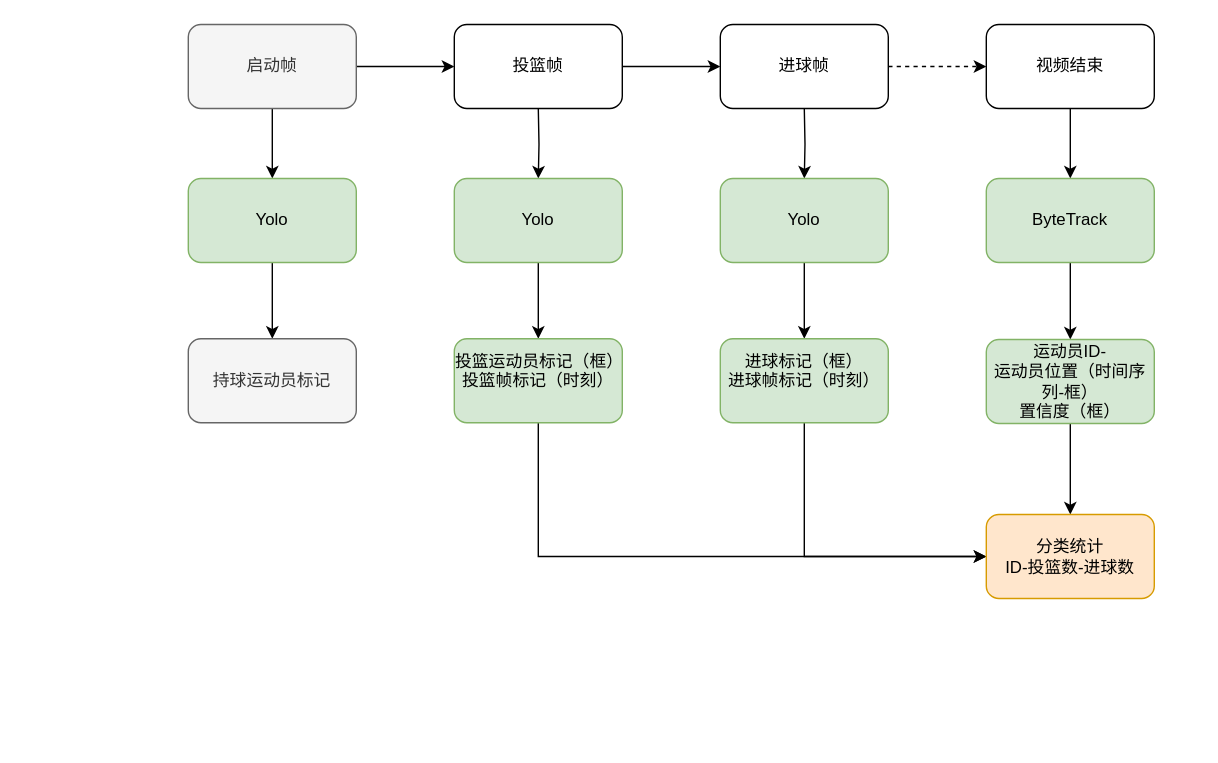
This is framework.drawio from buptss/-, a draw.io file, before an edit. Source tidied: cells renumbered, new cells numbered last; positions are measured from the earlier drawing's top-left corner, leaving out a move shared by most shapes. Both pictures are drawn from the tidied source at 140%, with x=0, y=0 at pixel (188, 24).
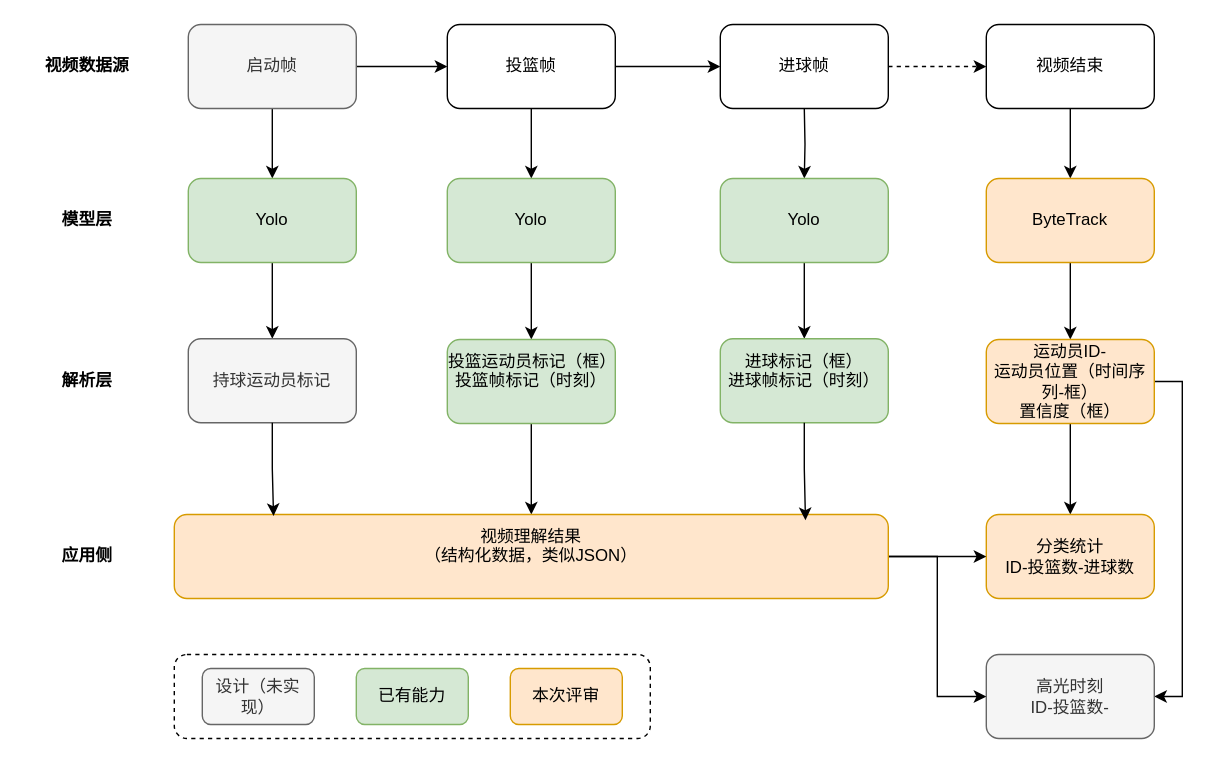
The same diagram, later.

The change refers to these unchanged cells:
```xml
<mxCell id="13" value="持球运动员标记" style="rounded=1;whiteSpace=wrap;html=1;fillColor=#f5f5f5;fontColor=#333333;strokeColor=#666666;" parent="1" vertex="1">
  <mxGeometry y="224.5" width="120" height="60" as="geometry" />
</mxCell>
<mxCell id="23" value="进球标记（框）&lt;div&gt;进球帧标记（&lt;span style=&quot;background-color: initial;&quot;&gt;时刻）&lt;/span&gt;&lt;/div&gt;&lt;div&gt;&lt;br&gt;&lt;/div&gt;" style="rounded=1;whiteSpace=wrap;html=1;fillColor=#d5e8d4;strokeColor=#82b366;" parent="1" vertex="1">
  <mxGeometry x="380" y="224.5" width="120" height="60" as="geometry" />
</mxCell>
<mxCell id="28" value="分类统计&lt;div&gt;ID-投篮数-进球数&lt;/div&gt;" style="rounded=1;whiteSpace=wrap;html=1;fillColor=#ffe6cc;strokeColor=#d79b00;" parent="1" vertex="1">
  <mxGeometry x="570" y="350" width="120" height="60" as="geometry" />
</mxCell>
```

What changed in the source:
```diff
@@
+    <mxCell id="29" style="rounded=1;whiteSpace=wrap;html=1;dashed=1;" parent="1" vertex="1">
+      <mxGeometry x="-10" y="450" width="340" height="60" as="geometry" />
+    </mxCell>
@@
     <mxCell id="6" value="投篮帧" style="rounded=1;whiteSpace=wrap;html=1;" parent="1" vertex="1">
-      <mxGeometry x="190" width="120" height="60" as="geometry" />
+      <mxGeometry x="185" width="120" height="60" as="geometry" />
     </mxCell>
@@
-    <mxCell id="14" style="edgeStyle=orthogonalEdgeStyle;rounded=0;jettySize=auto;html=1;exitX=0.5;exitY=1;exitDx=0;exitDy=0;entryX=0.5;entryY=0;entryDx=0;entryDy=0;" parent="1" edge="1" target="16">
-      <mxGeometry relative="1" as="geometry">
-        <mxPoint x="250" y="60" as="sourcePoint" />
-      </mxGeometry>
+    <mxCell id="14" style="edgeStyle=orthogonalEdgeStyle;rounded=0;jettySize=auto;html=1;exitX=0.5;exitY=1;exitDx=0;exitDy=0;entryX=0.5;entryY=0;entryDx=0;entryDy=0;" parent="1" edge="1" source="6" target="16">
+      <mxGeometry relative="1" as="geometry" />
     </mxCell>
@@
     <mxCell id="16" value="Yolo" style="rounded=1;whiteSpace=wrap;html=1;fillColor=#d5e8d4;strokeColor=#82b366;" parent="1" vertex="1">
-      <mxGeometry x="190" y="110" width="120" height="60" as="geometry" />
+      <mxGeometry x="185" y="110" width="120" height="60" as="geometry" />
     </mxCell>
-    <mxCell id="17" style="edgeStyle=orthogonalEdgeStyle;rounded=0;jettySize=auto;html=1;exitX=0.5;exitY=1;exitDx=0;exitDy=0;" parent="1" edge="1" source="18">
-      <mxGeometry relative="1" as="geometry">
-        <mxPoint x="570" y="380" as="targetPoint" />
-        <Array as="points">
-          <mxPoint x="250" y="380" />
-        </Array>
-      </mxGeometry>
-    </mxCell>
+    <mxCell id="30" style="edgeStyle=orthogonalEdgeStyle;rounded=0;jettySize=auto;html=1;exitX=0.5;exitY=1;exitDx=0;exitDy=0;entryX=0.5;entryY=0;entryDx=0;entryDy=0;" parent="1" edge="1" source="18" target="35">
+      <mxGeometry relative="1" as="geometry" />
+    </mxCell>
     <mxCell id="18" value="投篮运动员标记（框）&lt;div&gt;投篮帧标记（&lt;span style=&quot;background-color: initial;&quot;&gt;时刻）&lt;/span&gt;&lt;/div&gt;&lt;div&gt;&lt;br&gt;&lt;/div&gt;" style="rounded=1;whiteSpace=wrap;html=1;fillColor=#d5e8d4;strokeColor=#82b366;" parent="1" vertex="1">
-      <mxGeometry x="190" y="224.5" width="120" height="60" as="geometry" />
+      <mxGeometry x="185" y="225" width="120" height="60" as="geometry" />
     </mxCell>
@@
-    <mxCell id="22" style="edgeStyle=orthogonalEdgeStyle;rounded=0;jettySize=auto;html=1;exitX=0.5;exitY=1;exitDx=0;exitDy=0;entryX=0;entryY=0.5;entryDx=0;entryDy=0;" parent="1" edge="1" source="23" target="28">
-      <mxGeometry relative="1" as="geometry" />
-    </mxCell>
@@
-    <mxCell id="25" value="ByteTrack" style="rounded=1;whiteSpace=wrap;html=1;fillColor=#d5e8d4;strokeColor=#82b366;" parent="1" vertex="1">
+    <mxCell id="25" value="ByteTrack" style="rounded=1;whiteSpace=wrap;html=1;fillColor=#ffe6cc;strokeColor=#d79b00;" parent="1" vertex="1">
       <mxGeometry x="570" y="110" width="120" height="60" as="geometry" />
     </mxCell>
@@
+    <mxCell id="31" style="edgeStyle=orthogonalEdgeStyle;rounded=0;jettySize=auto;html=1;exitX=1;exitY=0.5;exitDx=0;exitDy=0;entryX=1;entryY=0.5;entryDx=0;entryDy=0;" parent="1" edge="1" source="27" target="32">
+      <mxGeometry relative="1" as="geometry" />
+    </mxCell>
-    <mxCell id="27" value="运动员ID-&lt;div&gt;运动员位置（时间序列-框）&lt;/div&gt;&lt;div&gt;置信度（框）&lt;/div&gt;" style="rounded=1;whiteSpace=wrap;html=1;fillColor=#d5e8d4;strokeColor=#82b366;" parent="1" vertex="1">
+    <mxCell id="27" value="运动员ID-&lt;div&gt;运动员位置（时间序列-框）&lt;/div&gt;&lt;div&gt;置信度（框）&lt;/div&gt;" style="rounded=1;whiteSpace=wrap;html=1;fillColor=#ffe6cc;strokeColor=#d79b00;" parent="1" vertex="1">
       <mxGeometry x="570" y="225" width="120" height="60" as="geometry" />
     </mxCell>
@@
+    <mxCell id="32" value="高光时刻&lt;br&gt;&lt;div&gt;ID-投篮数-&lt;/div&gt;" style="rounded=1;whiteSpace=wrap;html=1;fillColor=#f5f5f5;strokeColor=#666666;fontColor=#333333;" parent="1" vertex="1">
+      <mxGeometry x="570" y="450" width="120" height="60" as="geometry" />
+    </mxCell>
+    <mxCell id="33" style="edgeStyle=orthogonalEdgeStyle;rounded=0;jettySize=auto;html=1;exitX=1;exitY=0.5;exitDx=0;exitDy=0;entryX=0;entryY=0.5;entryDx=0;entryDy=0;" parent="1" edge="1" source="35" target="28">
+      <mxGeometry relative="1" as="geometry" />
+    </mxCell>
+    <mxCell id="34" style="edgeStyle=orthogonalEdgeStyle;rounded=0;jettySize=auto;html=1;exitX=1;exitY=0.5;exitDx=0;exitDy=0;entryX=0;entryY=0.5;entryDx=0;entryDy=0;" parent="1" edge="1" source="35" target="32">
+      <mxGeometry relative="1" as="geometry" />
+    </mxCell>
+    <mxCell id="35" value="视频理解结果&lt;div&gt;（结构化数据，类似JSON）&lt;br&gt;&lt;div&gt;&lt;br&gt;&lt;/div&gt;&lt;/div&gt;" style="rounded=1;whiteSpace=wrap;html=1;fillColor=#ffe6cc;strokeColor=#d79b00;" parent="1" vertex="1">
+      <mxGeometry x="-10" y="350" width="510" height="60" as="geometry" />
+    </mxCell>
+    <mxCell id="36" style="edgeStyle=orthogonalEdgeStyle;rounded=0;jettySize=auto;html=1;exitX=0.5;exitY=1;exitDx=0;exitDy=0;entryX=0.139;entryY=0.017;entryDx=0;entryDy=0;entryPerimeter=0;" parent="1" edge="1" source="13" target="35">
+      <mxGeometry relative="1" as="geometry" />
+    </mxCell>
+    <mxCell id="37" value="设计（未实现）" style="rounded=1;whiteSpace=wrap;html=1;fillColor=#f5f5f5;fontColor=#333333;strokeColor=#666666;" parent="1" vertex="1">
+      <mxGeometry x="10" y="460" width="80" height="40" as="geometry" />
+    </mxCell>
+    <mxCell id="38" style="edgeStyle=orthogonalEdgeStyle;rounded=0;jettySize=auto;html=1;exitX=0.5;exitY=1;exitDx=0;exitDy=0;entryX=0.884;entryY=0.067;entryDx=0;entryDy=0;entryPerimeter=0;" parent="1" edge="1" source="23" target="35">
+      <mxGeometry relative="1" as="geometry" />
+    </mxCell>
+    <mxCell id="39" value="已有能力" style="rounded=1;whiteSpace=wrap;html=1;fillColor=#d5e8d4;strokeColor=#82b366;" parent="1" vertex="1">
+      <mxGeometry x="120" y="460" width="80" height="40" as="geometry" />
+    </mxCell>
+    <mxCell id="40" value="本次评审" style="rounded=1;whiteSpace=wrap;html=1;fillColor=#ffe6cc;strokeColor=#d79b00;" parent="1" vertex="1">
+      <mxGeometry x="230" y="460" width="80" height="40" as="geometry" />
+    </mxCell>
+    <mxCell id="41" value="视频数据源" style="text;html=1;align=center;verticalAlign=middle;whiteSpace=wrap;rounded=0;fontStyle=1;" parent="1" vertex="1">
+      <mxGeometry x="-117" y="15" width="90" height="30" as="geometry" />
+    </mxCell>
+    <mxCell id="42" value="模型层" style="text;html=1;align=center;verticalAlign=middle;whiteSpace=wrap;rounded=0;fontStyle=1;" parent="1" vertex="1">
+      <mxGeometry x="-117" y="125" width="90" height="30" as="geometry" />
+    </mxCell>
+    <mxCell id="43" value="解析层" style="text;html=1;align=center;verticalAlign=middle;whiteSpace=wrap;rounded=0;fontStyle=1;" parent="1" vertex="1">
+      <mxGeometry x="-117" y="239.5" width="90" height="30" as="geometry" />
+    </mxCell>
+    <mxCell id="44" value="应用侧" style="text;html=1;align=center;verticalAlign=middle;whiteSpace=wrap;rounded=0;fontStyle=1;" parent="1" vertex="1">
+      <mxGeometry x="-117" y="365" width="90" height="30" as="geometry" />
+    </mxCell>
```
